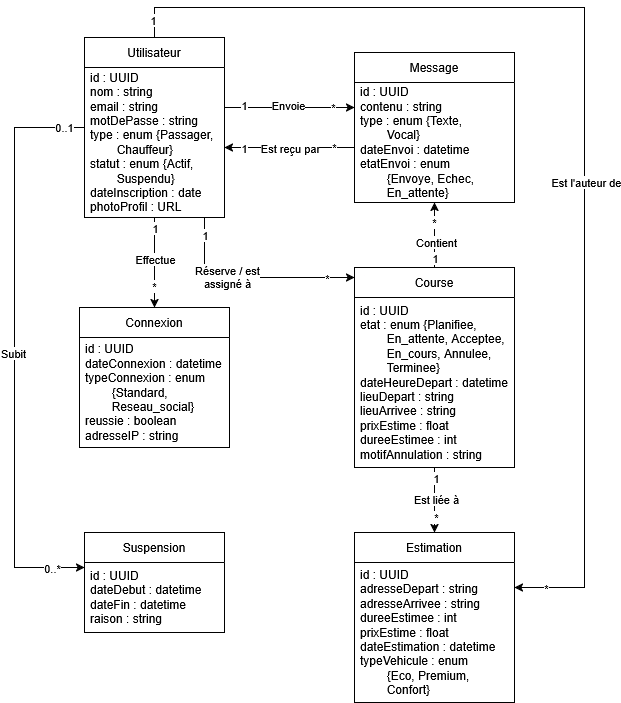
The draw.io diagram Diagramme de classe.png in RomainCabaret/UML, before a commit. Source tidied: cells renumbered, new cells last; positions are measured from the earlier drawing's top-left corner, leaving out a move shared by most shapes.
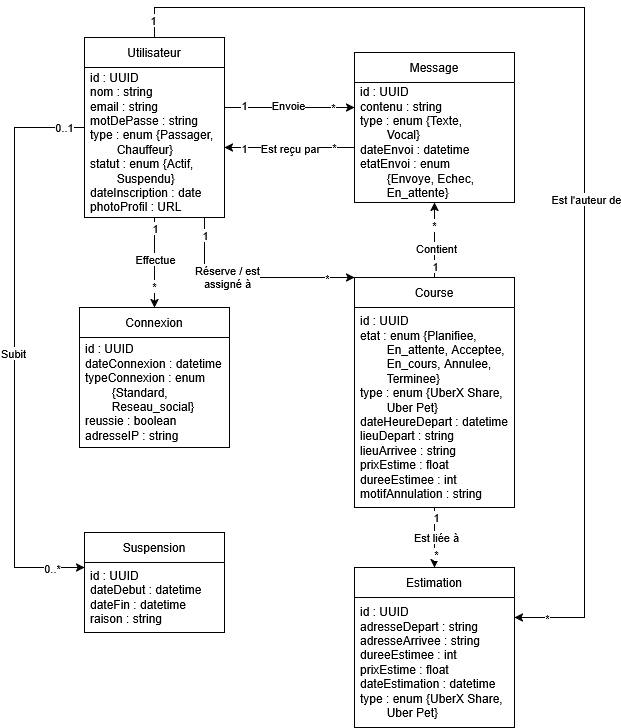
After the change.

Commit message:
Màj diagramme de classe

The edit, as a diff of the source:
```diff
@@ -59,7 +59,7 @@
         <Array as="points">
           <mxPoint x="140" />
           <mxPoint x="570" />
-          <mxPoint x="570" y="580" />
+          <mxPoint x="570" y="610" />
         </Array>
       </mxGeometry>
     </mxCell>
@@ -103,10 +103,10 @@
       <mxGeometry x="-0.21" y="-1" relative="1" as="geometry" />
     </mxCell>
     <mxCell id="28" value="Course" style="swimlane;fontStyle=0;horizontal=1;startSize=30;whiteSpace=wrap;html=1;" parent="1" vertex="1">
-      <mxGeometry x="340" y="260" width="160" height="200" as="geometry" />
+      <mxGeometry x="340" y="270" width="160" height="230" as="geometry" />
     </mxCell>
-    <mxCell id="29" value="&lt;div&gt;id : UUID&lt;/div&gt;&lt;div&gt;etat : enum {Planifiee, &lt;span style=&quot;white-space: pre;&quot;&gt;&#9;&lt;/span&gt;En_attente, Acceptee, &lt;span style=&quot;white-space: pre;&quot;&gt;&#9;&lt;/span&gt;En_cours, Annulee, &lt;span style=&quot;white-space: pre;&quot;&gt;&#9;&lt;/span&gt;Terminee}&lt;/div&gt;&lt;div&gt;dateHeureDepart : datetime&lt;/div&gt;&lt;div&gt;lieuDepart : string&lt;/div&gt;&lt;div&gt;lieuArrivee : string&lt;/div&gt;&lt;div&gt;prixEstime : float&lt;/div&gt;&lt;div&gt;dureeEstimee : int&lt;/div&gt;&lt;div&gt;motifAnnulation : string&lt;/div&gt;" style="text;strokeColor=none;fillColor=none;align=left;verticalAlign=middle;spacingLeft=4;spacingRight=4;overflow=hidden;whiteSpace=wrap;html=1;" parent="28" vertex="1">
-      <mxGeometry y="30" width="160" height="170" as="geometry" />
+    <mxCell id="29" value="&lt;div&gt;id : UUID&lt;/div&gt;&lt;div&gt;etat : enum {Planifiee, &lt;span style=&quot;white-space: pre;&quot;&gt;&#9;&lt;/span&gt;En_attente, Acceptee, &lt;span style=&quot;white-space: pre;&quot;&gt;&#9;&lt;/span&gt;En_cours, Annulee, &lt;span style=&quot;white-space: pre;&quot;&gt;&#9;&lt;/span&gt;Terminee}&lt;/div&gt;&lt;div&gt;type : enum {UberX Share, &lt;span style=&quot;white-space: pre;&quot;&gt;&#9;&lt;/span&gt;Uber Pet}&lt;/div&gt;&lt;div&gt;dateHeureDepart : datetime&lt;/div&gt;&lt;div&gt;lieuDepart : string&lt;/div&gt;&lt;div&gt;lieuArrivee : string&lt;/div&gt;&lt;div&gt;prixEstime : float&lt;/div&gt;&lt;div&gt;dureeEstimee : int&lt;/div&gt;&lt;div&gt;motifAnnulation : string&lt;/div&gt;" style="text;strokeColor=none;fillColor=none;align=left;verticalAlign=middle;spacingLeft=4;spacingRight=4;overflow=hidden;whiteSpace=wrap;html=1;" parent="28" vertex="1">
+      <mxGeometry y="30" width="160" height="200" as="geometry" />
     </mxCell>
     <mxCell id="30" style="edgeStyle=orthogonalEdgeStyle;rounded=0;jettySize=auto;html=1;" parent="1" edge="1" source="34" target="18">
       <mxGeometry relative="1" as="geometry">
@@ -142,10 +142,10 @@
       <mxGeometry y="30" width="150" height="110" as="geometry" />
     </mxCell>
     <mxCell id="38" value="Estimation" style="swimlane;fontStyle=0;horizontal=1;startSize=30;whiteSpace=wrap;html=1;" parent="1" vertex="1">
-      <mxGeometry x="340" y="525" width="160" height="170" as="geometry" />
+      <mxGeometry x="340" y="560" width="160" height="160" as="geometry" />
     </mxCell>
-    <mxCell id="39" value="&lt;div&gt;id : UUID&lt;/div&gt;&lt;div&gt;adresseDepart : string&lt;/div&gt;&lt;div&gt;adresseArrivee : string&lt;/div&gt;&lt;div&gt;dureeEstimee : int&lt;/div&gt;&lt;div&gt;prixEstime : float&lt;/div&gt;&lt;div&gt;dateEstimation : datetime&lt;/div&gt;&lt;div&gt;typeVehicule : enum &lt;span style=&quot;white-space: pre;&quot;&gt;&#9;&lt;/span&gt;{Eco, Premium, &lt;span style=&quot;white-space: pre;&quot;&gt;&#9;&lt;/span&gt;Confort}&lt;/div&gt;" style="text;strokeColor=none;fillColor=none;align=left;verticalAlign=middle;spacingLeft=4;spacingRight=4;overflow=hidden;whiteSpace=wrap;html=1;" parent="38" vertex="1">
-      <mxGeometry y="30" width="160" height="140" as="geometry" />
+    <mxCell id="39" value="&lt;div&gt;id : UUID&lt;/div&gt;&lt;div&gt;adresseDepart : string&lt;/div&gt;&lt;div&gt;adresseArrivee : string&lt;/div&gt;&lt;div&gt;dureeEstimee : int&lt;/div&gt;&lt;div&gt;prixEstime : float&lt;/div&gt;&lt;div&gt;dateEstimation : datetime&lt;/div&gt;&lt;div&gt;type : enum&amp;nbsp;{UberX&amp;nbsp;Share, &lt;span style=&quot;white-space: pre;&quot;&gt;&#9;&lt;/span&gt;Uber Pet}&lt;/div&gt;" style="text;strokeColor=none;fillColor=none;align=left;verticalAlign=middle;spacingLeft=4;spacingRight=4;overflow=hidden;whiteSpace=wrap;html=1;" parent="38" vertex="1">
+      <mxGeometry y="30" width="160" height="130" as="geometry" />
     </mxCell>
     <mxCell id="40" value="Suspension" style="swimlane;fontStyle=0;horizontal=1;startSize=30;whiteSpace=wrap;html=1;" parent="1" vertex="1">
       <mxGeometry x="70" y="525" width="140" height="100" as="geometry" />
```
